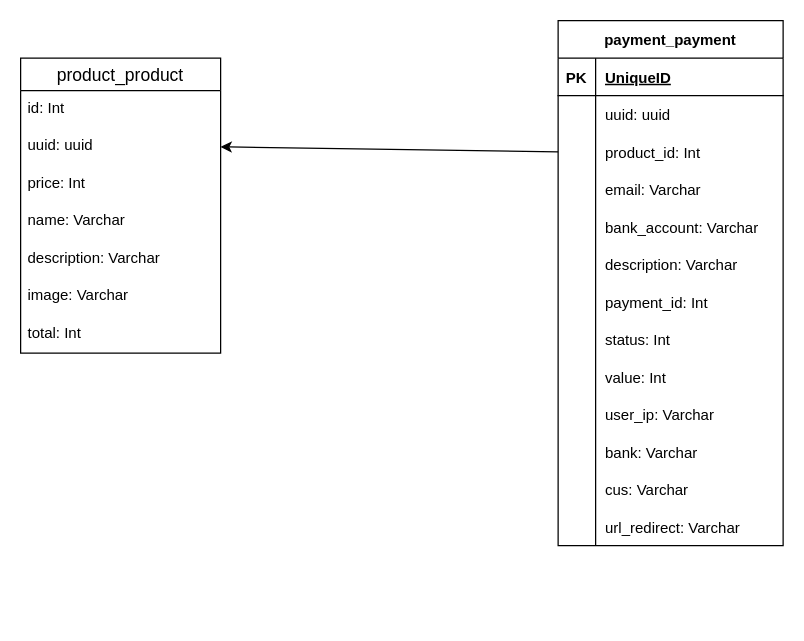
Earlier version of the draw.io diagram documentacion/diagram.drawio (dgomez19/pasarela_productos). Source tidied: cells renumbered, new cells numbered last; positions are measured from the earlier drawing's top-left corner, leaving out a move shared by most shapes. Both pictures are drawn from the tidied source at 125%, with x=0, y=0 at pixel (20, 20).
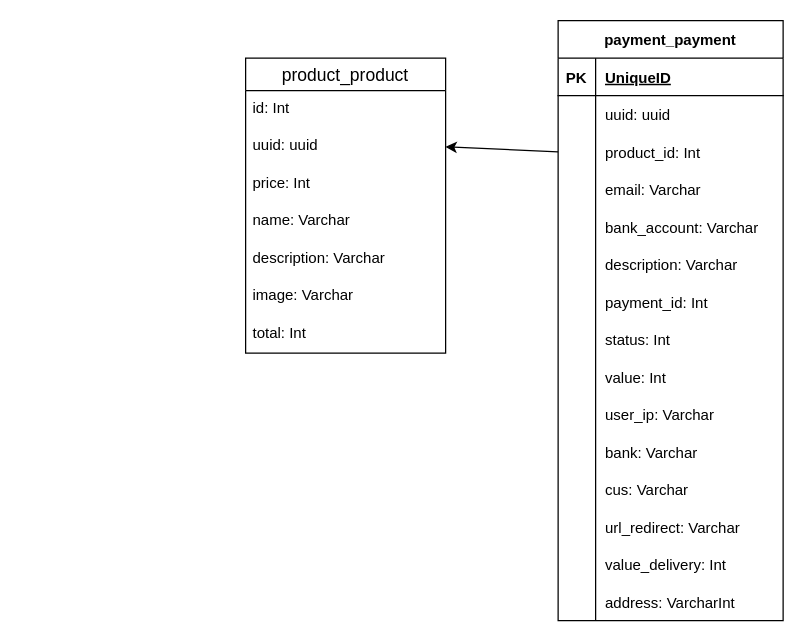
Above is the later version.

Commit message (it also covers changes not shown here):
+ Agrego nuevos cambios al diagrama de E-R + Creo la página para ver productos. + Creo el modal para ingresar los datos de la tarjeta de credito.

Change to the diagram source:
```diff
@@
     <mxCell id="2" value="product_product" style="swimlane;fontStyle=0;horizontal=1;startSize=26;align=center;fontSize=14;" parent="1" vertex="1">
-      <mxGeometry y="30" width="160" height="236" as="geometry" />
+      <mxGeometry x="180" y="30" width="160" height="236" as="geometry" />
     </mxCell>
@@
     <mxCell id="10" value="payment_payment" style="shape=table;startSize=30;childLayout=tableLayout;rowLines=0;fontStyle=1;align=center;" parent="1" vertex="1">
-      <mxGeometry x="430" width="180" height="420" as="geometry" />
+      <mxGeometry x="430" width="180" height="480" as="geometry" />
     </mxCell>
@@
+    <mxCell id="51" style="shape=tableRow;horizontal=0;startSize=0;swimlaneHead=0;swimlaneBody=0;fillColor=none;top=0;left=0;right=0;bottom=0;" parent="10" vertex="1">
+      <mxGeometry y="420" width="180" height="30" as="geometry" />
+    </mxCell>
+    <mxCell id="52" style="shape=partialRectangle;fillColor=none;top=0;left=0;bottom=0;right=0;overflow=hidden;" parent="51" vertex="1">
+      <mxGeometry width="30" height="30" as="geometry" />
+    </mxCell>
+    <mxCell id="53" value="value_delivery: Int" style="shape=partialRectangle;fillColor=none;top=0;left=0;bottom=0;right=0;align=left;spacingLeft=6;overflow=hidden;" parent="51" vertex="1">
+      <mxGeometry x="30" width="150" height="30" as="geometry" />
+    </mxCell>
+    <mxCell id="54" style="shape=tableRow;horizontal=0;startSize=0;swimlaneHead=0;swimlaneBody=0;fillColor=none;top=0;left=0;right=0;bottom=0;" parent="10" vertex="1">
+      <mxGeometry y="450" width="180" height="30" as="geometry" />
+    </mxCell>
+    <mxCell id="55" style="shape=partialRectangle;fillColor=none;top=0;left=0;bottom=0;right=0;overflow=hidden;" parent="54" vertex="1">
+      <mxGeometry width="30" height="30" as="geometry" />
+    </mxCell>
+    <mxCell id="56" value="address: VarcharInt" style="shape=partialRectangle;fillColor=none;top=0;left=0;bottom=0;right=0;align=left;spacingLeft=6;overflow=hidden;" parent="54" vertex="1">
+      <mxGeometry x="30" width="150" height="30" as="geometry" />
+    </mxCell>
```
